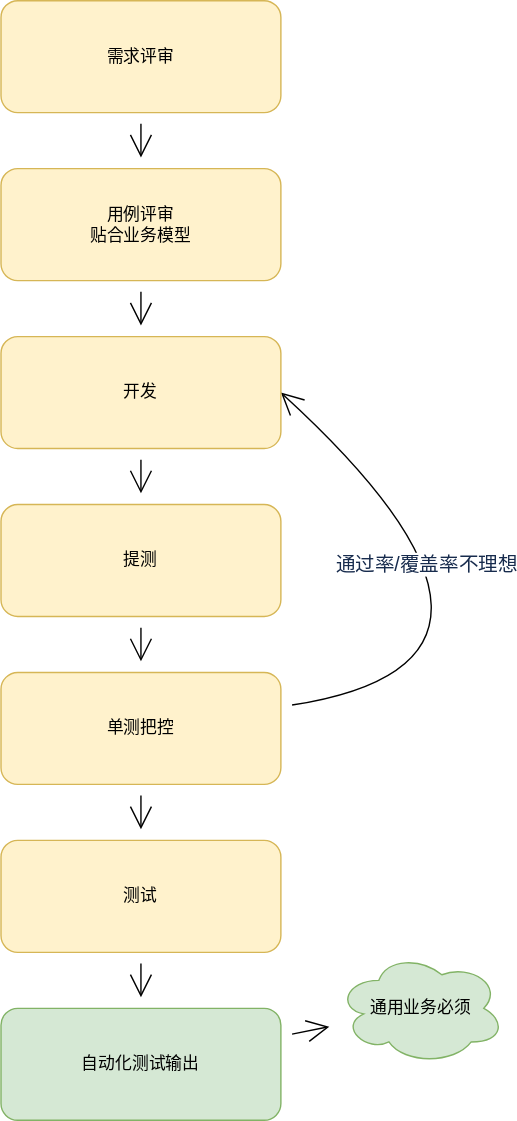
This is ddt.drawio.svg from fsdmp/diagrams, a draw.io export, as it was before one commit. Source tidied: cells renumbered, new cells last; positions are measured from the earlier drawing's top-left corner, leaving out a move shared by most shapes. Its diagram source:
```xml
<mxGraphModel>
  <root>
    <mxCell id="0" />
    <mxCell id="1" parent="0" />
    <mxCell id="2" style="edgeStyle=none;curved=1;rounded=0;jettySize=auto;html=1;endArrow=open;startSize=14;endSize=14;sourcePerimeterSpacing=8;targetPerimeterSpacing=8;" parent="1" edge="1" source="3" target="5">
      <mxGeometry relative="1" as="geometry" />
    </mxCell>
    <mxCell id="3" value="需求评审" style="rounded=1;whiteSpace=wrap;html=1;hachureGap=4;fillColor=#fff2cc;strokeColor=#d6b656;" parent="1" vertex="1">
      <mxGeometry width="200" height="80" as="geometry" />
    </mxCell>
    <mxCell id="4" style="edgeStyle=none;curved=1;rounded=0;jettySize=auto;html=1;endArrow=open;startSize=14;endSize=14;sourcePerimeterSpacing=8;targetPerimeterSpacing=8;" parent="1" edge="1" source="5" target="13">
      <mxGeometry relative="1" as="geometry" />
    </mxCell>
    <mxCell id="5" value="用例评审&lt;br&gt;贴合业务模型" style="rounded=1;whiteSpace=wrap;html=1;hachureGap=4;fillColor=#fff2cc;strokeColor=#d6b656;" parent="1" vertex="1">
      <mxGeometry y="120" width="200" height="80" as="geometry" />
    </mxCell>
    <mxCell id="6" style="edgeStyle=none;curved=1;rounded=0;jettySize=auto;html=1;endArrow=open;startSize=14;endSize=14;sourcePerimeterSpacing=8;targetPerimeterSpacing=8;" parent="1" edge="1" source="7" target="11">
      <mxGeometry relative="1" as="geometry" />
    </mxCell>
    <mxCell id="7" value="提测" style="rounded=1;whiteSpace=wrap;html=1;hachureGap=4;fillColor=#fff2cc;strokeColor=#d6b656;" parent="1" vertex="1">
      <mxGeometry y="360" width="200" height="80" as="geometry" />
    </mxCell>
    <mxCell id="8" style="edgeStyle=none;curved=1;rounded=0;jettySize=auto;html=1;endArrow=open;startSize=14;endSize=14;sourcePerimeterSpacing=8;targetPerimeterSpacing=8;" parent="1" edge="1" source="11" target="15">
      <mxGeometry relative="1" as="geometry" />
    </mxCell>
    <mxCell id="9" style="edgeStyle=none;curved=1;rounded=0;jettySize=auto;html=1;entryX=1;entryY=0.5;entryDx=0;entryDy=0;endArrow=open;startSize=14;endSize=14;sourcePerimeterSpacing=8;targetPerimeterSpacing=8;" parent="1" edge="1" source="11" target="13">
      <mxGeometry relative="1" as="geometry">
        <Array as="points">
          <mxPoint x="410" y="472" />
        </Array>
      </mxGeometry>
    </mxCell>
    <mxCell id="10" value="&lt;span style=&quot;color: rgb(23 , 43 , 77) ; font-family: , , &amp;#34;segoe ui&amp;#34; , &amp;#34;roboto&amp;#34; , &amp;#34;oxygen&amp;#34; , &amp;#34;ubuntu&amp;#34; , &amp;#34;fira sans&amp;#34; , &amp;#34;droid sans&amp;#34; , &amp;#34;helvetica neue&amp;#34; , sans-serif ; font-size: 14px ; text-align: left&quot;&gt;通过率/覆盖率不理想&lt;/span&gt;" style="edgeLabel;html=1;align=center;verticalAlign=middle;" parent="9" vertex="1">
      <mxGeometry x="0.35" y="21" relative="1" as="geometry">
        <mxPoint x="1" as="offset" />
      </mxGeometry>
    </mxCell>
    <mxCell id="11" value="单测把控" style="rounded=1;whiteSpace=wrap;html=1;hachureGap=4;fillColor=#fff2cc;strokeColor=#d6b656;" parent="1" vertex="1">
      <mxGeometry y="480" width="200" height="80" as="geometry" />
    </mxCell>
    <mxCell id="12" style="edgeStyle=none;curved=1;rounded=0;jettySize=auto;html=1;endArrow=open;startSize=14;endSize=14;sourcePerimeterSpacing=8;targetPerimeterSpacing=8;" parent="1" edge="1" source="13" target="7">
      <mxGeometry relative="1" as="geometry" />
    </mxCell>
    <mxCell id="13" value="开发" style="rounded=1;whiteSpace=wrap;html=1;hachureGap=4;fillColor=#fff2cc;strokeColor=#d6b656;" parent="1" vertex="1">
      <mxGeometry y="240" width="200" height="80" as="geometry" />
    </mxCell>
    <mxCell id="14" style="edgeStyle=none;curved=1;rounded=0;jettySize=auto;html=1;endArrow=open;startSize=14;endSize=14;sourcePerimeterSpacing=8;targetPerimeterSpacing=8;" parent="1" edge="1" source="15" target="17">
      <mxGeometry relative="1" as="geometry" />
    </mxCell>
    <mxCell id="15" value="测试" style="rounded=1;whiteSpace=wrap;html=1;hachureGap=4;fillColor=#fff2cc;strokeColor=#d6b656;" parent="1" vertex="1">
      <mxGeometry y="600" width="200" height="80" as="geometry" />
    </mxCell>
    <mxCell id="16" style="edgeStyle=none;curved=1;rounded=0;jettySize=auto;html=1;endArrow=open;startSize=14;endSize=14;sourcePerimeterSpacing=8;targetPerimeterSpacing=8;" parent="1" edge="1" source="17" target="18">
      <mxGeometry relative="1" as="geometry" />
    </mxCell>
    <mxCell id="17" value="自动化测试输出" style="rounded=1;whiteSpace=wrap;html=1;hachureGap=4;fillColor=#d5e8d4;strokeColor=#82b366;" parent="1" vertex="1">
      <mxGeometry y="720" width="200" height="80" as="geometry" />
    </mxCell>
    <mxCell id="18" value="通用业务必须" style="ellipse;shape=cloud;whiteSpace=wrap;html=1;rounded=1;strokeColor=#82b366;fillColor=#d5e8d4;hachureGap=4;" parent="1" vertex="1">
      <mxGeometry x="240" y="680" width="120" height="80" as="geometry" />
    </mxCell>
  </root>
</mxGraphModel>
```
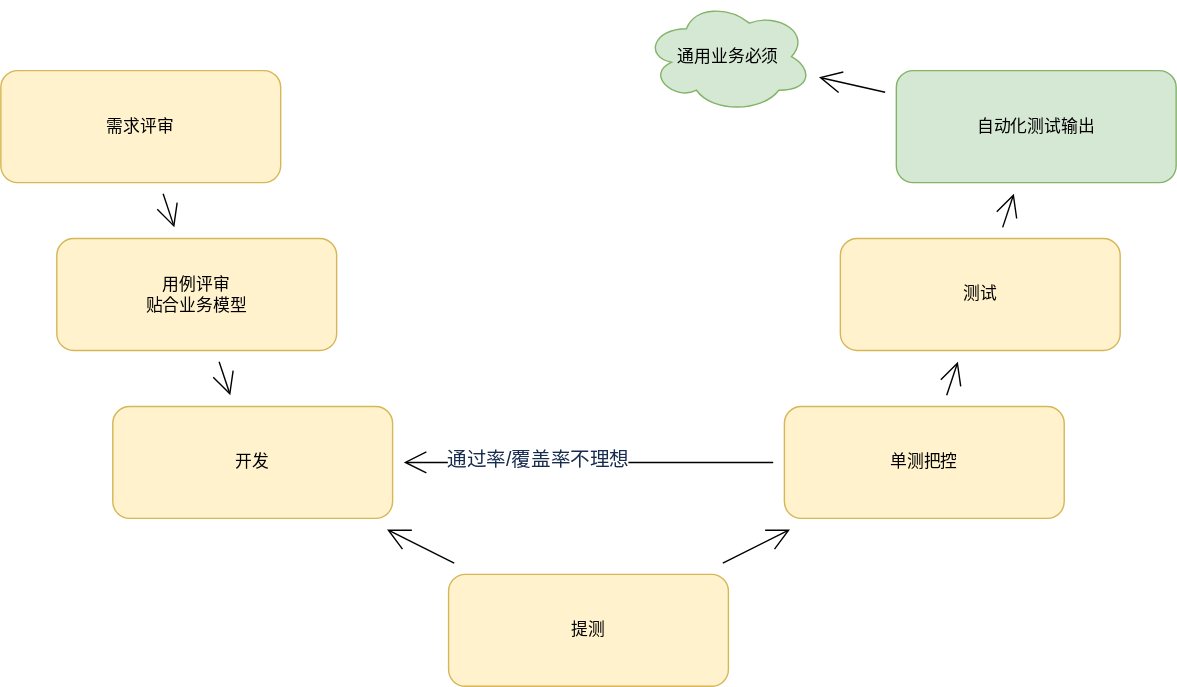
Later version of the same file.

Change to the diagram source:
```diff
@@ -6,58 +6,52 @@
       <mxGeometry relative="1" as="geometry" />
     </mxCell>
     <mxCell id="3" value="需求评审" style="rounded=1;whiteSpace=wrap;html=1;hachureGap=4;fillColor=#fff2cc;strokeColor=#d6b656;" parent="1" vertex="1">
-      <mxGeometry width="200" height="80" as="geometry" />
+      <mxGeometry x="-320" width="200" height="80" as="geometry" />
     </mxCell>
     <mxCell id="4" style="edgeStyle=none;curved=1;rounded=0;jettySize=auto;html=1;endArrow=open;startSize=14;endSize=14;sourcePerimeterSpacing=8;targetPerimeterSpacing=8;" parent="1" edge="1" source="5" target="13">
       <mxGeometry relative="1" as="geometry" />
     </mxCell>
     <mxCell id="5" value="用例评审&lt;br&gt;贴合业务模型" style="rounded=1;whiteSpace=wrap;html=1;hachureGap=4;fillColor=#fff2cc;strokeColor=#d6b656;" parent="1" vertex="1">
-      <mxGeometry y="120" width="200" height="80" as="geometry" />
+      <mxGeometry x="-280" y="120" width="200" height="80" as="geometry" />
     </mxCell>
-    <mxCell id="6" style="edgeStyle=none;curved=1;rounded=0;jettySize=auto;html=1;endArrow=open;startSize=14;endSize=14;sourcePerimeterSpacing=8;targetPerimeterSpacing=8;" parent="1" edge="1" source="7" target="11">
-      <mxGeometry relative="1" as="geometry" />
-    </mxCell>
-    <mxCell id="7" value="提测" style="rounded=1;whiteSpace=wrap;html=1;hachureGap=4;fillColor=#fff2cc;strokeColor=#d6b656;" parent="1" vertex="1">
-      <mxGeometry y="360" width="200" height="80" as="geometry" />
-    </mxCell>
     <mxCell id="8" style="edgeStyle=none;curved=1;rounded=0;jettySize=auto;html=1;endArrow=open;startSize=14;endSize=14;sourcePerimeterSpacing=8;targetPerimeterSpacing=8;" parent="1" edge="1" source="11" target="15">
       <mxGeometry relative="1" as="geometry" />
     </mxCell>
-    <mxCell id="9" style="edgeStyle=none;curved=1;rounded=0;jettySize=auto;html=1;entryX=1;entryY=0.5;entryDx=0;entryDy=0;endArrow=open;startSize=14;endSize=14;sourcePerimeterSpacing=8;targetPerimeterSpacing=8;" parent="1" edge="1" source="11" target="13">
-      <mxGeometry relative="1" as="geometry">
-        <Array as="points">
-          <mxPoint x="410" y="472" />
-        </Array>
-      </mxGeometry>
+    <mxCell id="9" style="edgeStyle=none;curved=1;rounded=0;jettySize=auto;html=1;endArrow=open;startSize=14;endSize=14;sourcePerimeterSpacing=8;targetPerimeterSpacing=8;" parent="1" edge="1" source="11" target="13">
+      <mxGeometry relative="1" as="geometry" />
     </mxCell>
     <mxCell id="10" value="&lt;span style=&quot;color: rgb(23 , 43 , 77) ; font-family: , , &amp;#34;segoe ui&amp;#34; , &amp;#34;roboto&amp;#34; , &amp;#34;oxygen&amp;#34; , &amp;#34;ubuntu&amp;#34; , &amp;#34;fira sans&amp;#34; , &amp;#34;droid sans&amp;#34; , &amp;#34;helvetica neue&amp;#34; , sans-serif ; font-size: 14px ; text-align: left&quot;&gt;通过率/覆盖率不理想&lt;/span&gt;" style="edgeLabel;html=1;align=center;verticalAlign=middle;" parent="9" vertex="1">
-      <mxGeometry x="0.35" y="21" relative="1" as="geometry">
-        <mxPoint x="1" as="offset" />
-      </mxGeometry>
+      <mxGeometry x="0.28" y="-3" relative="1" as="geometry" />
     </mxCell>
     <mxCell id="11" value="单测把控" style="rounded=1;whiteSpace=wrap;html=1;hachureGap=4;fillColor=#fff2cc;strokeColor=#d6b656;" parent="1" vertex="1">
-      <mxGeometry y="480" width="200" height="80" as="geometry" />
+      <mxGeometry x="240" y="240" width="200" height="80" as="geometry" />
     </mxCell>
-    <mxCell id="12" style="edgeStyle=none;curved=1;rounded=0;jettySize=auto;html=1;endArrow=open;startSize=14;endSize=14;sourcePerimeterSpacing=8;targetPerimeterSpacing=8;" parent="1" edge="1" source="13" target="7">
-      <mxGeometry relative="1" as="geometry" />
-    </mxCell>
     <mxCell id="13" value="开发" style="rounded=1;whiteSpace=wrap;html=1;hachureGap=4;fillColor=#fff2cc;strokeColor=#d6b656;" parent="1" vertex="1">
-      <mxGeometry y="240" width="200" height="80" as="geometry" />
+      <mxGeometry x="-240" y="240" width="200" height="80" as="geometry" />
     </mxCell>
     <mxCell id="14" style="edgeStyle=none;curved=1;rounded=0;jettySize=auto;html=1;endArrow=open;startSize=14;endSize=14;sourcePerimeterSpacing=8;targetPerimeterSpacing=8;" parent="1" edge="1" source="15" target="17">
       <mxGeometry relative="1" as="geometry" />
     </mxCell>
     <mxCell id="15" value="测试" style="rounded=1;whiteSpace=wrap;html=1;hachureGap=4;fillColor=#fff2cc;strokeColor=#d6b656;" parent="1" vertex="1">
-      <mxGeometry y="600" width="200" height="80" as="geometry" />
+      <mxGeometry x="280" y="120" width="200" height="80" as="geometry" />
     </mxCell>
     <mxCell id="16" style="edgeStyle=none;curved=1;rounded=0;jettySize=auto;html=1;endArrow=open;startSize=14;endSize=14;sourcePerimeterSpacing=8;targetPerimeterSpacing=8;" parent="1" edge="1" source="17" target="18">
       <mxGeometry relative="1" as="geometry" />
     </mxCell>
     <mxCell id="17" value="自动化测试输出" style="rounded=1;whiteSpace=wrap;html=1;hachureGap=4;fillColor=#d5e8d4;strokeColor=#82b366;" parent="1" vertex="1">
-      <mxGeometry y="720" width="200" height="80" as="geometry" />
+      <mxGeometry x="320" width="200" height="80" as="geometry" />
     </mxCell>
     <mxCell id="18" value="通用业务必须" style="ellipse;shape=cloud;whiteSpace=wrap;html=1;rounded=1;strokeColor=#82b366;fillColor=#d5e8d4;hachureGap=4;" parent="1" vertex="1">
-      <mxGeometry x="240" y="680" width="120" height="80" as="geometry" />
+      <mxGeometry x="140" y="-50" width="120" height="80" as="geometry" />
     </mxCell>
+    <mxCell id="19" style="edgeStyle=none;curved=1;rounded=0;jettySize=auto;html=1;endArrow=open;startSize=14;endSize=14;sourcePerimeterSpacing=8;targetPerimeterSpacing=8;" parent="1" edge="1" source="7" target="13">
+      <mxGeometry relative="1" as="geometry" />
+    </mxCell>
+    <mxCell id="6" style="edgeStyle=none;curved=1;rounded=0;jettySize=auto;html=1;endArrow=open;startSize=14;endSize=14;sourcePerimeterSpacing=8;targetPerimeterSpacing=8;" parent="1" edge="1" source="7" target="11">
+      <mxGeometry relative="1" as="geometry" />
+    </mxCell>
+    <mxCell id="7" value="提测" style="rounded=1;whiteSpace=wrap;html=1;hachureGap=4;fillColor=#fff2cc;strokeColor=#d6b656;" parent="1" vertex="1">
+      <mxGeometry y="360" width="200" height="80" as="geometry" />
+    </mxCell>
   </root>
 </mxGraphModel>
```
